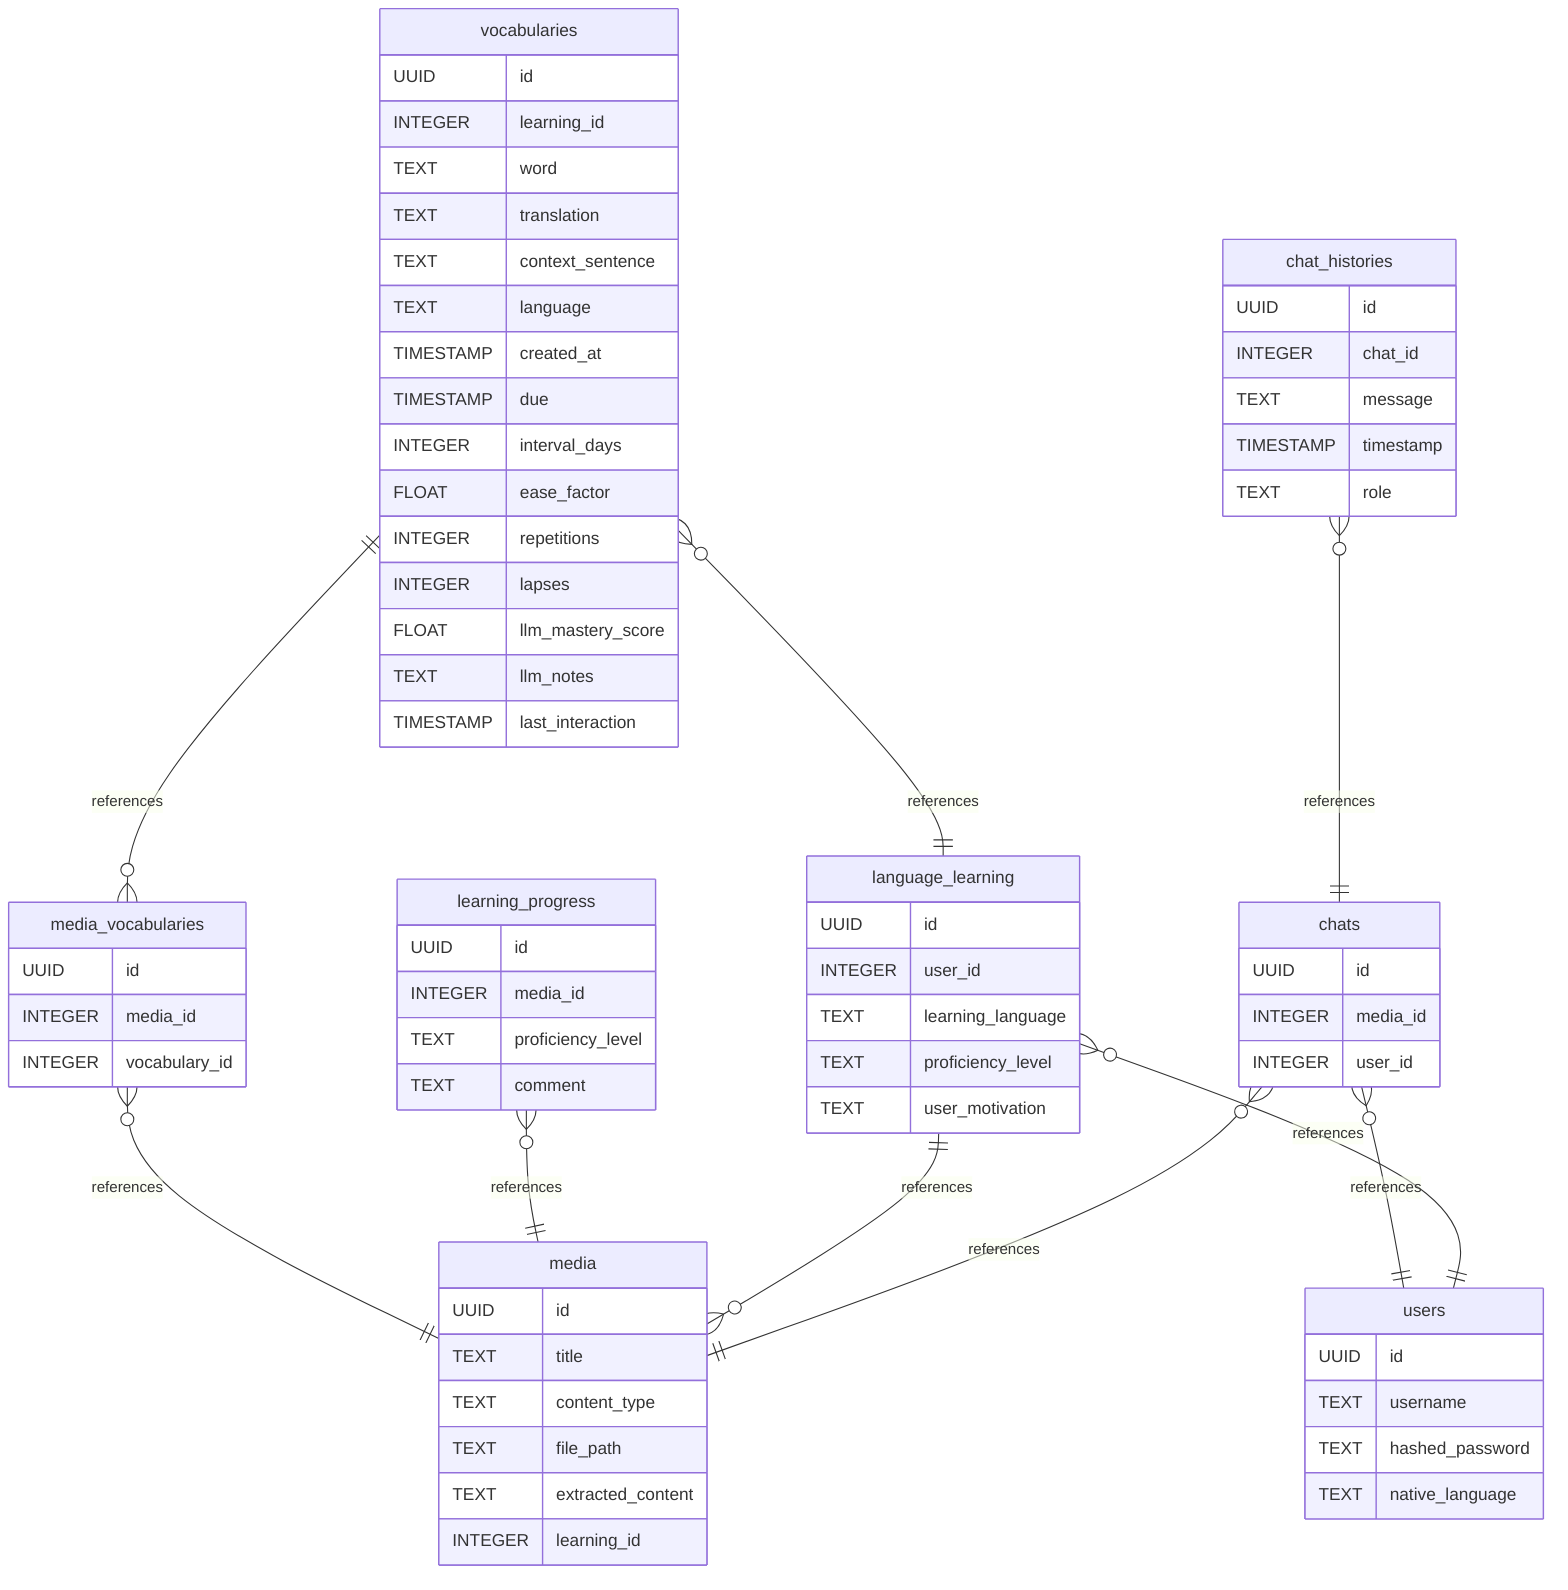
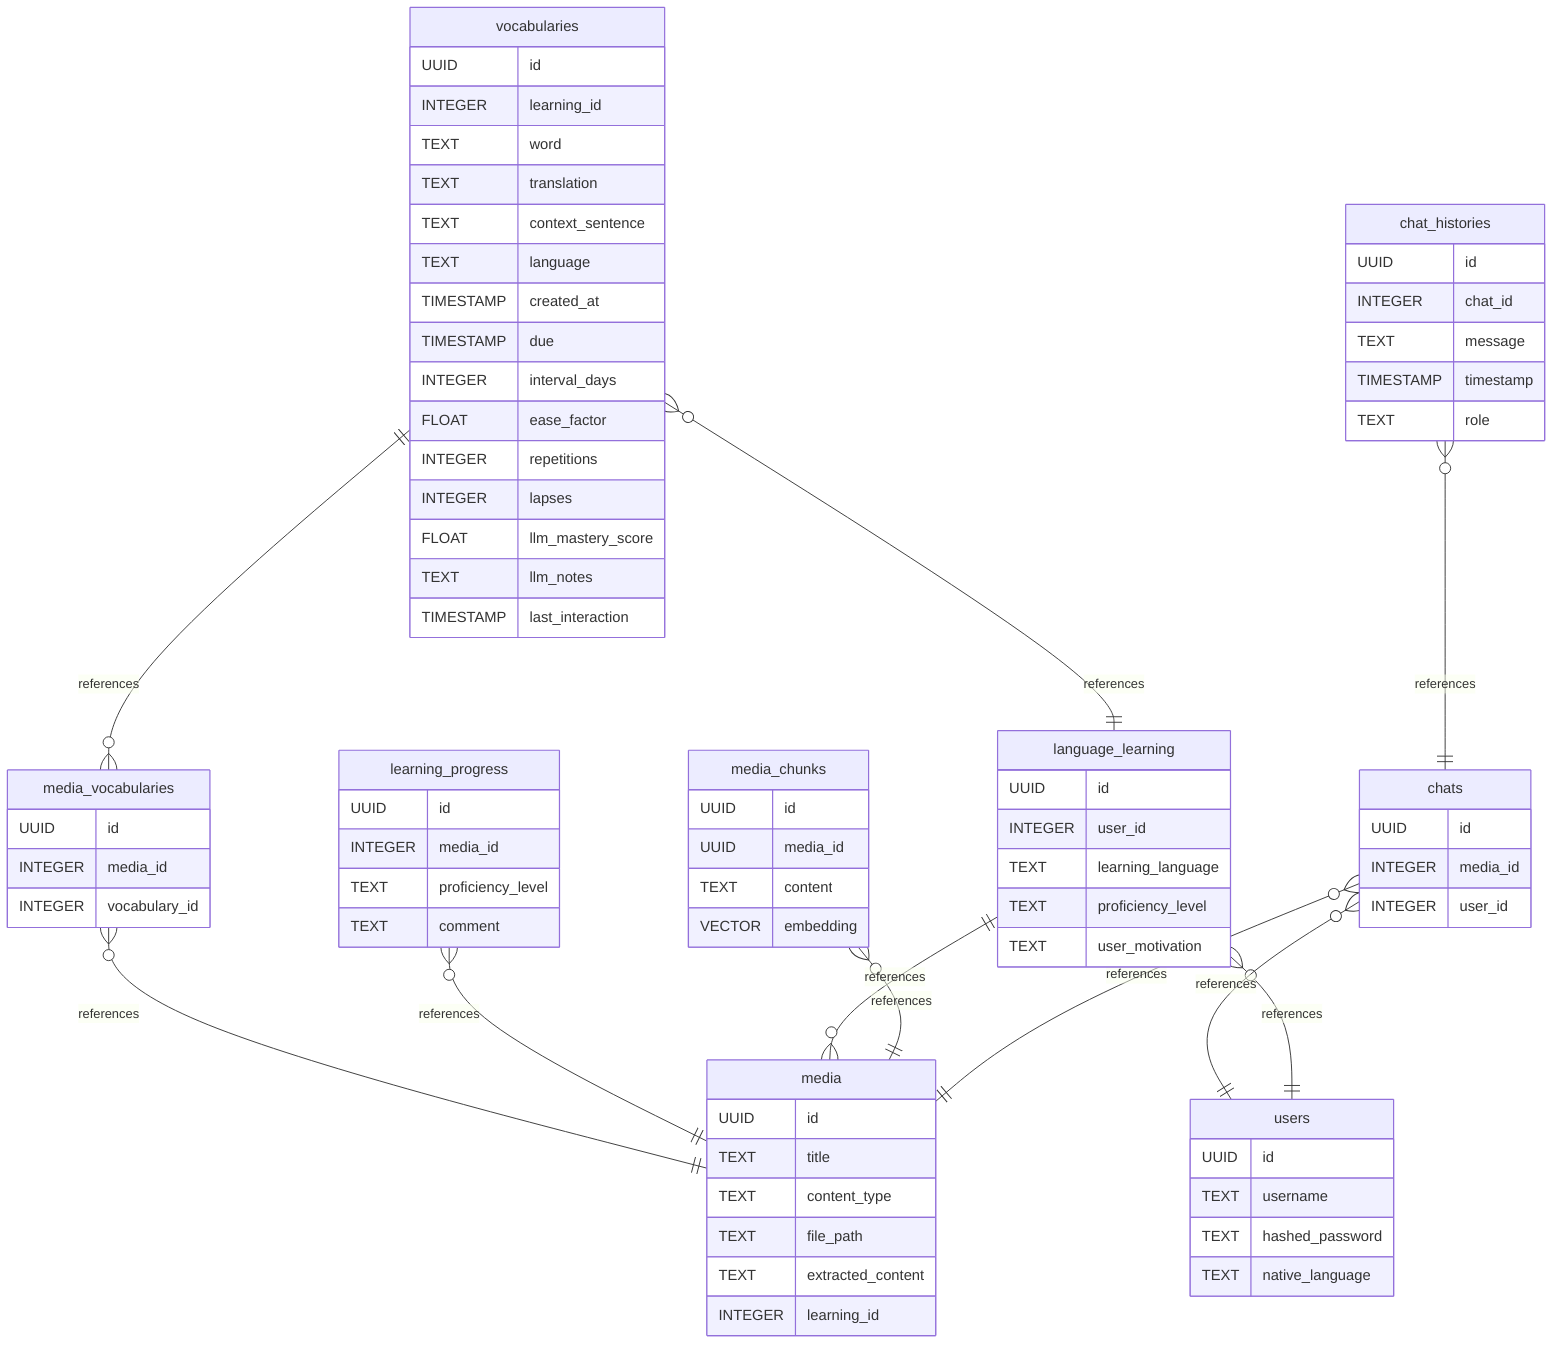
erDiagram
    chat_histories }o--|| chats: references
    chats }o--|| media: references
+     media_chunks }o--|| media: references
    language_learning }o--|| users: references
    language_learning ||--o{ media: references
    learning_progress }o--|| media: references
    media_vocabularies }o--|| media: references
    vocabularies ||--o{ media_vocabularies: references
    vocabularies }o--|| language_learning: references
    chats }o--|| users: references

    users {
        UUID id
        TEXT username
        TEXT hashed_password
        TEXT native_language
    }

    media {
        UUID id
        TEXT title
        TEXT content_type
        TEXT file_path
        TEXT extracted_content
        INTEGER learning_id
+     }
+     media_chunks {
+         UUID id
+         UUID media_id
+         TEXT content
+         VECTOR embedding
    }

    vocabularies {
        UUID id
        INTEGER learning_id
        TEXT word
        TEXT translation
        TEXT context_sentence
        TEXT language
        TIMESTAMP created_at
        TIMESTAMP due
        INTEGER interval_days
        FLOAT ease_factor
        INTEGER repetitions
        INTEGER lapses
        FLOAT llm_mastery_score
        TEXT llm_notes
        TIMESTAMP last_interaction
    }

    chats {
        UUID id
        INTEGER media_id
        INTEGER user_id
    }

    chat_histories {
        UUID id
        INTEGER chat_id
        TEXT message
        TIMESTAMP timestamp
        TEXT role
    }

    language_learning {
        UUID id
        INTEGER user_id
        TEXT learning_language
        TEXT proficiency_level
        TEXT user_motivation
    }

    learning_progress {
        UUID id
        INTEGER media_id
        TEXT proficiency_level
        TEXT comment
    }

    media_vocabularies {
        UUID id
        INTEGER media_id
        INTEGER vocabulary_id
    }